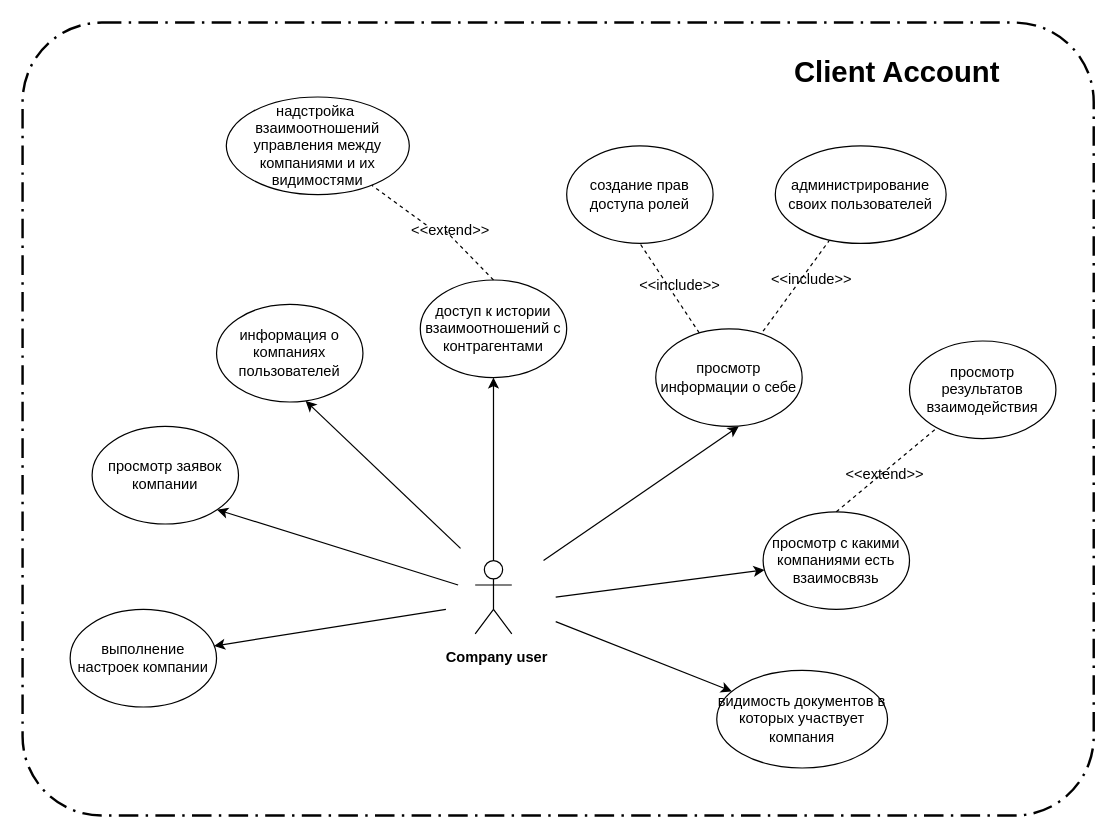
The draw.io diagram module diagr.drawio in annastazi02/diagrams, before the edit. Source tidied: cells renumbered, new cells numbered last; positions are measured from the earlier drawing's top-left corner, leaving out a move shared by most shapes. Both pictures are drawn from the tidied source at 122%, with x=0, y=0 at pixel (22, 22).
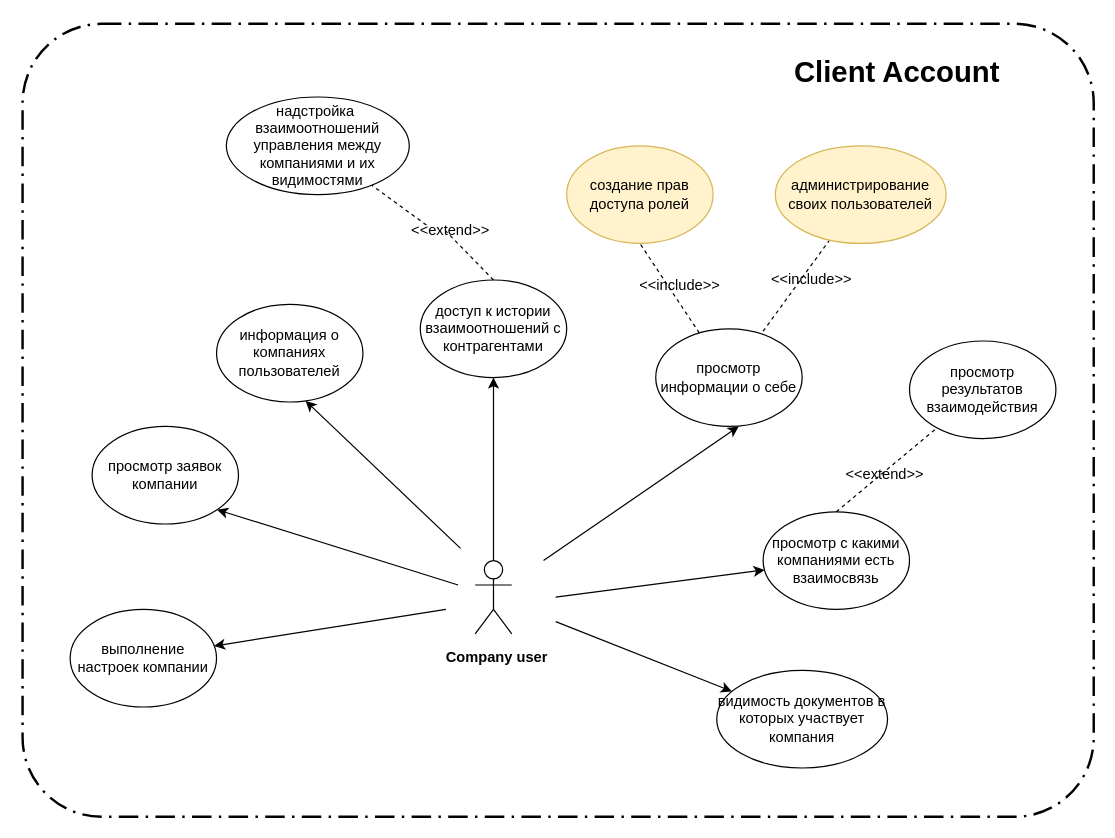
The same diagram, later.

Change to the diagram source:
```diff
@@
-    <mxCell id="14" value="администрирование своих пользователей" style="ellipse;whiteSpace=wrap;html=1;strokeWidth=1;" parent="1" vertex="1">
+    <mxCell id="14" value="администрирование своих пользователей" style="ellipse;whiteSpace=wrap;html=1;strokeWidth=1;fillColor=#fff2cc;strokeColor=#d6b656;" parent="1" vertex="1">
       <mxGeometry x="617" y="101" width="140" height="80" as="geometry" />
     </mxCell>
@@
-    <mxCell id="16" value="создание прав доступа ролей" style="ellipse;whiteSpace=wrap;html=1;strokeWidth=1;" parent="1" vertex="1">
+    <mxCell id="16" value="создание прав доступа ролей" style="ellipse;whiteSpace=wrap;html=1;strokeWidth=1;fillColor=#fff2cc;strokeColor=#d6b656;" parent="1" vertex="1">
       <mxGeometry x="446" y="101" width="120" height="80" as="geometry" />
     </mxCell>
@@
     <mxCell id="32" style="rounded=1;arcSize=10;dashed=1;strokeColor=#000000;fillColor=none;gradientColor=none;dashPattern=8 3 1 3;strokeWidth=2;" parent="1" vertex="1">
-      <mxGeometry width="878" height="650" as="geometry" />
+      <mxGeometry y="1" width="878" height="650" as="geometry" />
     </mxCell>
```
